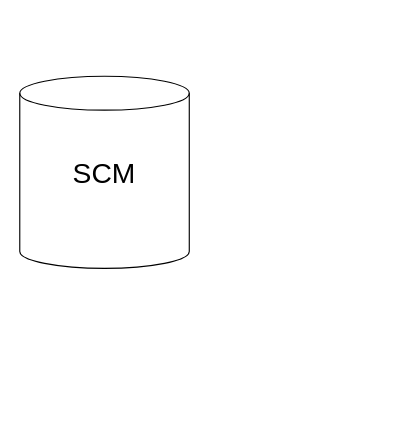
Landmark80/Tesla keeps this draw.io diagram as Practice.drawio. Above is the earlier version. Source tidied: cells renumbered, new cells numbered last; positions are measured from the earlier drawing's top-left corner, leaving out a move shared by most shapes. Both pictures are drawn from the tidied source at 113%, with x=0, y=0 at pixel (19, 76).
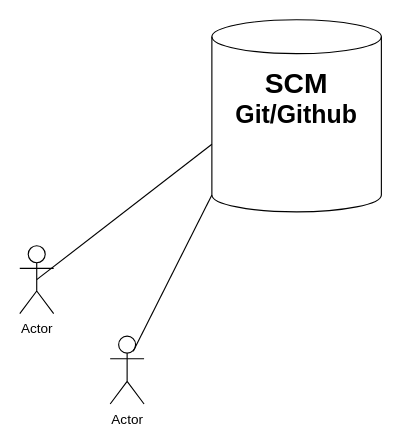
The same diagram, later.

Change to the diagram source:
```diff
@@
 <mxGraphModel>
   <root>
     <mxCell id="0" />
     <mxCell id="1" parent="0" />
     <mxCell id="2" style="shape=cylinder3;whiteSpace=wrap;html=1;boundedLbl=1;backgroundOutline=1;size=15;" parent="1" vertex="1">
-      <mxGeometry width="150" height="170" as="geometry" />
+      <mxGeometry x="170" y="-50" width="150" height="170" as="geometry" />
     </mxCell>
-    <mxCell id="3" value="&lt;font style=&quot;font-size: 25px;&quot;&gt;SCM&lt;/font&gt;" style="text;html=1;strokeColor=none;fillColor=none;align=center;verticalAlign=middle;whiteSpace=wrap;rounded=0;" parent="1" vertex="1">
-      <mxGeometry x="25" y="70" width="100" height="30" as="geometry" />
+    <mxCell id="3" value="&lt;font style=&quot;font-size: 25px;&quot;&gt;&lt;b&gt;SCM&lt;/b&gt;&lt;/font&gt;" style="text;html=1;strokeColor=none;fillColor=none;align=center;verticalAlign=middle;whiteSpace=wrap;rounded=0;" parent="1" vertex="1">
+      <mxGeometry x="195" y="-10" width="100" height="30" as="geometry" />
     </mxCell>
+    <mxCell id="4" value="Actor" style="shape=umlActor;verticalLabelPosition=bottom;verticalAlign=top;html=1;outlineConnect=0;" parent="1" vertex="1">
+      <mxGeometry y="150" width="30" height="60" as="geometry" />
+    </mxCell>
+    <mxCell id="5" value="Actor" style="shape=umlActor;verticalLabelPosition=bottom;verticalAlign=top;html=1;outlineConnect=0;" parent="1" vertex="1">
+      <mxGeometry x="80" y="230" width="30" height="60" as="geometry" />
+    </mxCell>
+    <mxCell id="6" style="endArrow=none;html=1;rounded=0;entryX=0.5;entryY=0.5;entryDx=0;entryDy=0;entryPerimeter=0;exitX=0;exitY=0.648;exitDx=0;exitDy=0;exitPerimeter=0;" parent="1" edge="1" source="2" target="4">
+      <mxGeometry relative="1" as="geometry" />
+    </mxCell>
+    <mxCell id="7" style="endArrow=none;html=1;rounded=0;exitX=0.68;exitY=0.223;exitDx=0;exitDy=0;exitPerimeter=0;entryX=0;entryY=1;entryDx=0;entryDy=-15;entryPerimeter=0;" parent="1" edge="1" source="5" target="2">
+      <mxGeometry relative="1" as="geometry" />
+    </mxCell>
+    <mxCell id="8" value="&lt;font style=&quot;font-size: 22px;&quot;&gt;&lt;b&gt;Git/Github&lt;/b&gt;&lt;/font&gt;" style="text;html=1;strokeColor=none;fillColor=none;align=center;verticalAlign=middle;whiteSpace=wrap;rounded=0;" parent="1" vertex="1">
+      <mxGeometry x="205" y="20" width="80" height="30" as="geometry" />
+    </mxCell>
   </root>
 </mxGraphModel>
```
